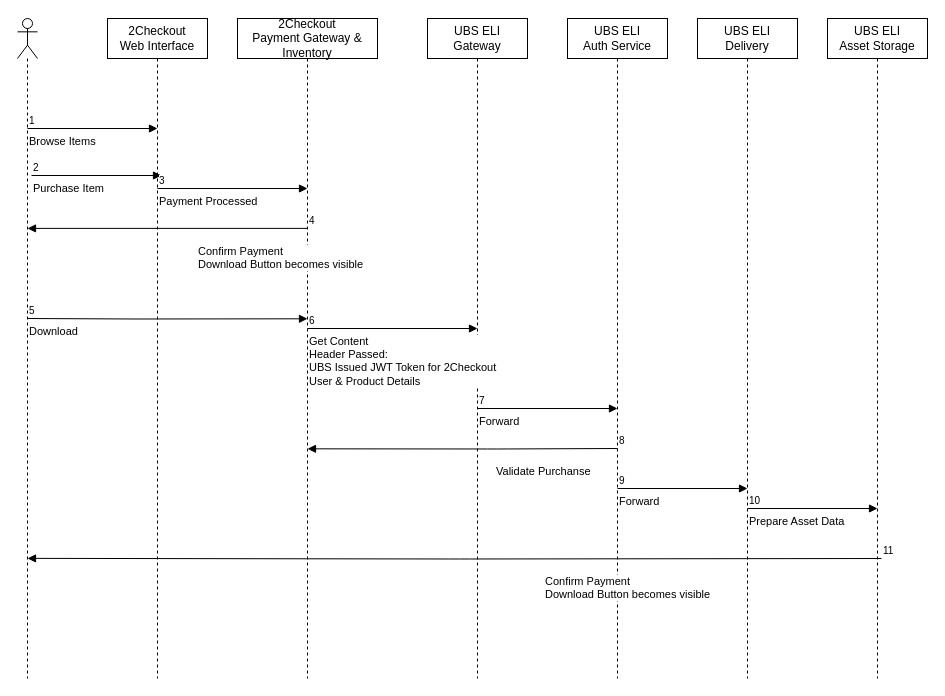
Earlier version of the draw.io diagram ELI-ShoppingCartSubscription.drawio (kpbindu/Diagrams). Source tidied: cells renumbered, new cells numbered last; positions are measured from the earlier drawing's top-left corner, leaving out a move shared by most shapes. Both pictures are drawn from the tidied source at 100%, with x=0, y=0 at pixel (17, 18).
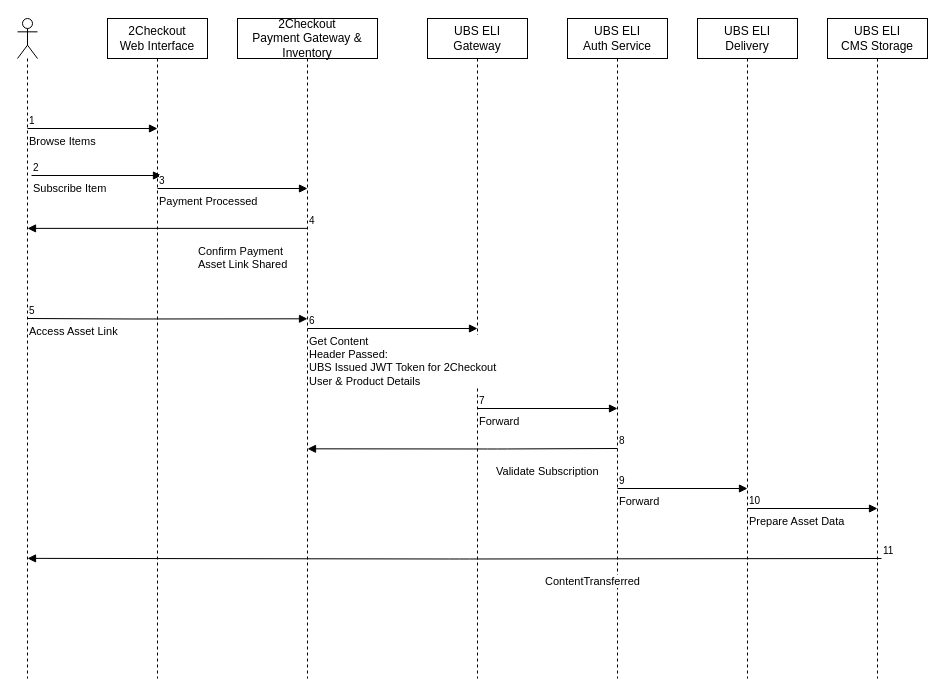
The same page after the edit.

The change refers to these unchanged cells:
```xml
<mxCell id="2" style="shape=umlLifeline;participant=umlActor;perimeter=lifelinePerimeter;whiteSpace=wrap;html=1;verticalAlign=top;spacingTop=36;labelBackgroundColor=#ffffff;outlineConnect=0;" parent="1" vertex="1">
  <mxGeometry width="20" height="660" as="geometry" />
</mxCell>
<mxCell id="6" value="2Checkout&lt;br&gt;Payment Gateway &amp;amp; Inventory" style="shape=umlLifeline;perimeter=lifelinePerimeter;whiteSpace=wrap;html=1;outlineConnect=0;" parent="1" vertex="1">
  <mxGeometry x="220" width="140" height="660" as="geometry" />
</mxCell>
```

What changed in the source:
```diff
@@
-    <mxCell id="10" value="UBS ELI&lt;br&gt;Asset Storage" style="shape=umlLifeline;perimeter=lifelinePerimeter;whiteSpace=wrap;html=1;" parent="1" vertex="1">
+    <mxCell id="10" value="UBS ELI&lt;br&gt;CMS Storage" style="shape=umlLifeline;perimeter=lifelinePerimeter;whiteSpace=wrap;html=1;" parent="1" vertex="1">
       <mxGeometry x="810" width="100" height="660" as="geometry" />
     </mxCell>
-    <mxCell id="11" value="Purchase Item" style="endArrow=block;endFill=1;html=1;edgeStyle=orthogonalEdgeStyle;align=left;verticalAlign=top;" parent="1" edge="1">
+    <mxCell id="11" value="Subscribe Item" style="endArrow=block;endFill=1;html=1;edgeStyle=orthogonalEdgeStyle;align=left;verticalAlign=top;" parent="1" edge="1">
       <mxGeometry x="-1" relative="1" as="geometry">
         <mxPoint x="14" y="157" as="sourcePoint" />
         <mxPoint x="144" y="157" as="targetPoint" />
       </mxGeometry>
     </mxCell>
@@
-    <mxCell id="15" value="Confirm Payment&lt;br&gt;Download Button becomes visible" style="endArrow=block;endFill=1;html=1;edgeStyle=orthogonalEdgeStyle;align=left;verticalAlign=top;exitX=0.5;exitY=0.318;exitDx=0;exitDy=0;exitPerimeter=0;entryX=0.5;entryY=0.318;entryDx=0;entryDy=0;entryPerimeter=0;" parent="1" edge="1" source="6" target="2">
+    <mxCell id="15" value="Confirm Payment&lt;br&gt;Asset Link Shared" style="endArrow=block;endFill=1;html=1;edgeStyle=orthogonalEdgeStyle;align=left;verticalAlign=top;exitX=0.5;exitY=0.318;exitDx=0;exitDy=0;exitPerimeter=0;entryX=0.5;entryY=0.318;entryDx=0;entryDy=0;entryPerimeter=0;" parent="1" edge="1" source="6" target="2">
       <mxGeometry x="-0.21" y="10" relative="1" as="geometry" />
     </mxCell>
@@
-    <mxCell id="17" value="Download" style="endArrow=block;endFill=1;html=1;edgeStyle=orthogonalEdgeStyle;align=left;verticalAlign=top;entryX=0.5;entryY=0.455;entryDx=0;entryDy=0;entryPerimeter=0;" parent="1" edge="1" target="6">
+    <mxCell id="17" value="Access Asset Link" style="endArrow=block;endFill=1;html=1;edgeStyle=orthogonalEdgeStyle;align=left;verticalAlign=top;entryX=0.5;entryY=0.455;entryDx=0;entryDy=0;entryPerimeter=0;" parent="1" edge="1" target="6">
       <mxGeometry x="-1" relative="1" as="geometry">
         <mxPoint x="10" y="300" as="sourcePoint" />
       </mxGeometry>
     </mxCell>
@@
-    <mxCell id="23" value="Validate Purchanse" style="endArrow=block;endFill=1;html=1;edgeStyle=orthogonalEdgeStyle;align=left;verticalAlign=top;exitX=0.5;exitY=0.318;exitDx=0;exitDy=0;exitPerimeter=0;entryX=0.5;entryY=0.652;entryDx=0;entryDy=0;entryPerimeter=0;" parent="1" edge="1" target="6">
+    <mxCell id="23" value="Validate Subscription" style="endArrow=block;endFill=1;html=1;edgeStyle=orthogonalEdgeStyle;align=left;verticalAlign=top;exitX=0.5;exitY=0.318;exitDx=0;exitDy=0;exitPerimeter=0;entryX=0.5;entryY=0.652;entryDx=0;entryDy=0;entryPerimeter=0;" parent="1" edge="1" target="6">
       <mxGeometry x="-0.21" y="10" relative="1" as="geometry">
         <mxPoint x="600" y="430" as="sourcePoint" />
       </mxGeometry>
     </mxCell>
@@
-    <mxCell id="29" value="Confirm Payment&lt;br&gt;Download Button becomes visible" style="endArrow=block;endFill=1;html=1;edgeStyle=orthogonalEdgeStyle;align=left;verticalAlign=top;entryX=0.5;entryY=0.818;entryDx=0;entryDy=0;entryPerimeter=0;" parent="1" edge="1" target="2">
+    <mxCell id="29" value="ContentTransferred" style="endArrow=block;endFill=1;html=1;edgeStyle=orthogonalEdgeStyle;align=left;verticalAlign=top;entryX=0.5;entryY=0.818;entryDx=0;entryDy=0;entryPerimeter=0;" parent="1" edge="1" target="2">
       <mxGeometry x="-0.21" y="10" relative="1" as="geometry">
         <mxPoint x="864" y="540" as="sourcePoint" />
       </mxGeometry>
     </mxCell>
```
